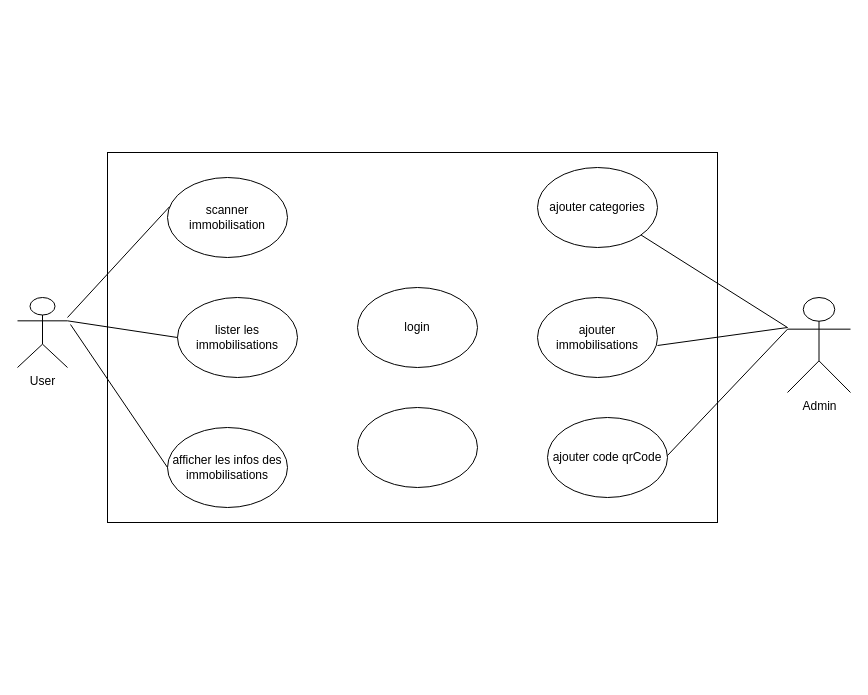
This is Diagramme cas d'utilisation.drawio from Joahnne-25/Folder_Diagramme-soutenance, a draw.io file, before an edit. Source tidied: cells renumbered, new cells numbered last; positions are measured from the earlier drawing's top-left corner, leaving out a move shared by most shapes. Both pictures are drawn from the tidied source at 100%, with x=0, y=0 at pixel (17, 152).
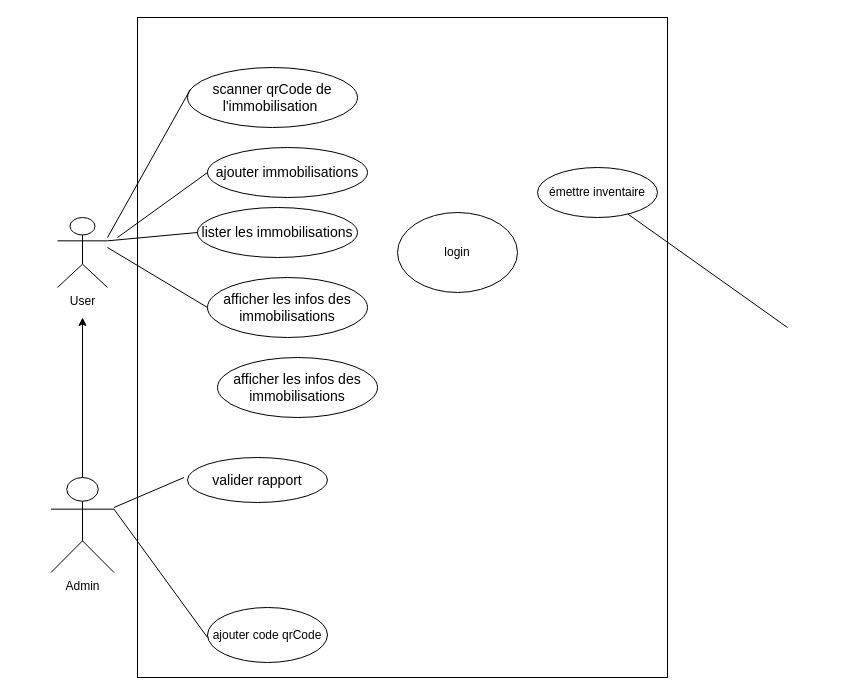
The same page after the edit.

Commit message:
Mettre à jour Diagramme cas d'utilisation.drawio

The edit, as a diff of the source:
```diff
@@
     <mxCell id="2" style="rounded=0;whiteSpace=wrap;html=1;" parent="1" vertex="1">
-      <mxGeometry x="90" width="610" height="370" as="geometry" />
+      <mxGeometry x="120" y="-135" width="530" height="660" as="geometry" />
     </mxCell>
     <mxCell id="3" value="User" style="shape=umlActor;verticalLabelPosition=bottom;verticalAlign=top;html=1;" parent="1" vertex="1">
-      <mxGeometry y="145" width="50" height="70" as="geometry" />
+      <mxGeometry x="40" y="65" width="50" height="70" as="geometry" />
     </mxCell>
     <mxCell id="4" value="Admin" style="shape=umlActor;verticalLabelPosition=bottom;verticalAlign=top;html=1;" parent="1" vertex="1">
-      <mxGeometry x="770" y="145" width="63" height="95" as="geometry" />
+      <mxGeometry x="33.5" y="325" width="63" height="95" as="geometry" />
     </mxCell>
-    <mxCell id="5" value="scanner immobilisation" style="ellipse;whiteSpace=wrap;html=1;" parent="1" vertex="1">
-      <mxGeometry x="150" y="25" width="120" height="80" as="geometry" />
+    <mxCell id="5" value="&lt;font style=&quot;font-size: 14px;&quot;&gt;scanner qrCode de l'immobilisation&amp;nbsp;&lt;/font&gt;" style="ellipse;whiteSpace=wrap;html=1;" parent="1" vertex="1">
+      <mxGeometry x="170" y="-85" width="170" height="60" as="geometry" />
     </mxCell>
-    <mxCell id="6" value="afficher les infos des immobilisations" style="ellipse;whiteSpace=wrap;html=1;" parent="1" vertex="1">
-      <mxGeometry x="150" y="275" width="120" height="80" as="geometry" />
+    <mxCell id="6" value="&lt;font style=&quot;font-size: 14px;&quot;&gt;afficher les infos des immobilisations&lt;/font&gt;" style="ellipse;whiteSpace=wrap;html=1;" parent="1" vertex="1">
+      <mxGeometry x="190" y="125" width="160" height="60" as="geometry" />
     </mxCell>
-    <mxCell id="7" value="ajouter immobilisations" style="ellipse;whiteSpace=wrap;html=1;" parent="1" vertex="1">
-      <mxGeometry x="520" y="145" width="120" height="80" as="geometry" />
+    <mxCell id="7" value="&lt;font style=&quot;font-size: 14px;&quot;&gt;ajouter immobilisations&lt;/font&gt;" style="ellipse;whiteSpace=wrap;html=1;" parent="1" vertex="1">
+      <mxGeometry x="190" y="-5" width="160" height="50" as="geometry" />
     </mxCell>
-    <mxCell id="8" value="ajouter categories" style="ellipse;whiteSpace=wrap;html=1;" parent="1" vertex="1">
-      <mxGeometry x="520" y="15" width="120" height="80" as="geometry" />
+    <mxCell id="8" value="émettre inventaire" style="ellipse;whiteSpace=wrap;html=1;" parent="1" vertex="1">
+      <mxGeometry x="520" y="15" width="120" height="50" as="geometry" />
     </mxCell>
     <mxCell id="9" value="ajouter code qrCode" style="ellipse;whiteSpace=wrap;html=1;" parent="1" vertex="1">
-      <mxGeometry x="530" y="265" width="120" height="80" as="geometry" />
+      <mxGeometry x="190" y="455" width="120" height="55" as="geometry" />
     </mxCell>
-    <mxCell id="10" value="lister les immobilisations" style="ellipse;whiteSpace=wrap;html=1;" parent="1" vertex="1">
-      <mxGeometry x="160" y="145" width="120" height="80" as="geometry" />
+    <mxCell id="10" value="&lt;font style=&quot;font-size: 14px;&quot;&gt;lister les immobilisations&lt;/font&gt;" style="ellipse;whiteSpace=wrap;html=1;" parent="1" vertex="1">
+      <mxGeometry x="180" y="55" width="160" height="50" as="geometry" />
     </mxCell>
     <mxCell id="11" value="login" style="ellipse;whiteSpace=wrap;html=1;" parent="1" vertex="1">
-      <mxGeometry x="340" y="135" width="120" height="80" as="geometry" />
+      <mxGeometry x="380" y="60" width="120" height="80" as="geometry" />
     </mxCell>
-    <mxCell id="12" style="ellipse;whiteSpace=wrap;html=1;" parent="1" vertex="1">
-      <mxGeometry x="340" y="255" width="120" height="80" as="geometry" />
+    <mxCell id="12" value="&lt;font style=&quot;font-size: 14px;&quot;&gt;valider rapport&lt;/font&gt;" style="ellipse;whiteSpace=wrap;html=1;" parent="1" vertex="1">
+      <mxGeometry x="170" y="305" width="140" height="45" as="geometry" />
     </mxCell>
     <mxCell id="13" style="endArrow=none;html=1;rounded=0;entryX=0.017;entryY=0.365;entryDx=0;entryDy=0;entryPerimeter=0;" parent="1" edge="1" target="5">
       <mxGeometry relative="1" as="geometry">
-        <mxPoint x="50" y="165" as="sourcePoint" />
+        <mxPoint x="90" y="85" as="sourcePoint" />
       </mxGeometry>
     </mxCell>
-    <mxCell id="14" style="endArrow=none;html=1;rounded=0;exitX=0.755;exitY=0.291;exitDx=0;exitDy=0;exitPerimeter=0;entryX=0;entryY=0.5;entryDx=0;entryDy=0;" parent="1" edge="1" target="6">
+    <mxCell id="14" style="endArrow=none;html=1;rounded=0;entryX=0;entryY=0.5;entryDx=0;entryDy=0;" parent="1" edge="1" target="6">
       <mxGeometry relative="1" as="geometry">
-        <mxPoint x="53" y="172" as="sourcePoint" />
+        <mxPoint x="90" y="95" as="sourcePoint" />
       </mxGeometry>
     </mxCell>
@@
-    <mxCell id="16" style="endArrow=none;html=1;rounded=0;exitX=0.755;exitY=0.291;exitDx=0;exitDy=0;exitPerimeter=0;entryX=0;entryY=0.3333333333333333;entryDx=0;entryDy=0;entryPerimeter=0;" parent="1" edge="1" target="4">
-      <mxGeometry relative="1" as="geometry">
-        <mxPoint x="650" y="303" as="sourcePoint" />
-      </mxGeometry>
-    </mxCell>
-    <mxCell id="17" style="endArrow=none;html=1;rounded=0;exitX=0.755;exitY=0.291;exitDx=0;exitDy=0;exitPerimeter=0;" parent="1" edge="1">
+    <mxCell id="17" style="endArrow=none;html=1;rounded=0;entryX=0;entryY=0.5;entryDx=0;entryDy=0;" parent="1" edge="1" target="7">
       <mxGeometry relative="1" as="geometry">
-        <mxPoint x="640" y="193" as="sourcePoint" />
-        <mxPoint x="770" y="175" as="targetPoint" />
+        <mxPoint x="100" y="85" as="sourcePoint" />
       </mxGeometry>
     </mxCell>
@@
+    <mxCell id="19" style="edgeStyle=orthogonalEdgeStyle;rounded=0;jettySize=auto;html=1;exitX=0.5;exitY=0;exitDx=0;exitDy=0;exitPerimeter=0;" parent="1" edge="1" source="4">
+      <mxGeometry relative="1" as="geometry">
+        <mxPoint x="65" y="165" as="targetPoint" />
+      </mxGeometry>
+    </mxCell>
+    <mxCell id="20" style="endArrow=none;html=1;rounded=0;exitX=1;exitY=0.3333333333333333;exitDx=0;exitDy=0;exitPerimeter=0;" parent="1" edge="1" source="4">
+      <mxGeometry relative="1" as="geometry">
+        <mxPoint x="190" y="485" as="targetPoint" />
+        <Array as="points">
+          <mxPoint x="190" y="485" />
+        </Array>
+      </mxGeometry>
+    </mxCell>
+    <mxCell id="21" value="&lt;font style=&quot;font-size: 14px;&quot;&gt;afficher les infos des immobilisations&lt;/font&gt;" style="ellipse;whiteSpace=wrap;html=1;" parent="1" vertex="1">
+      <mxGeometry x="200" y="205" width="160" height="60" as="geometry" />
+    </mxCell>
+    <mxCell id="22" style="endArrow=none;html=1;rounded=0;" parent="1" edge="1">
+      <mxGeometry relative="1" as="geometry">
+        <mxPoint x="96.5" y="355" as="sourcePoint" />
+        <mxPoint x="166.5" y="325" as="targetPoint" />
+      </mxGeometry>
+    </mxCell>
```
